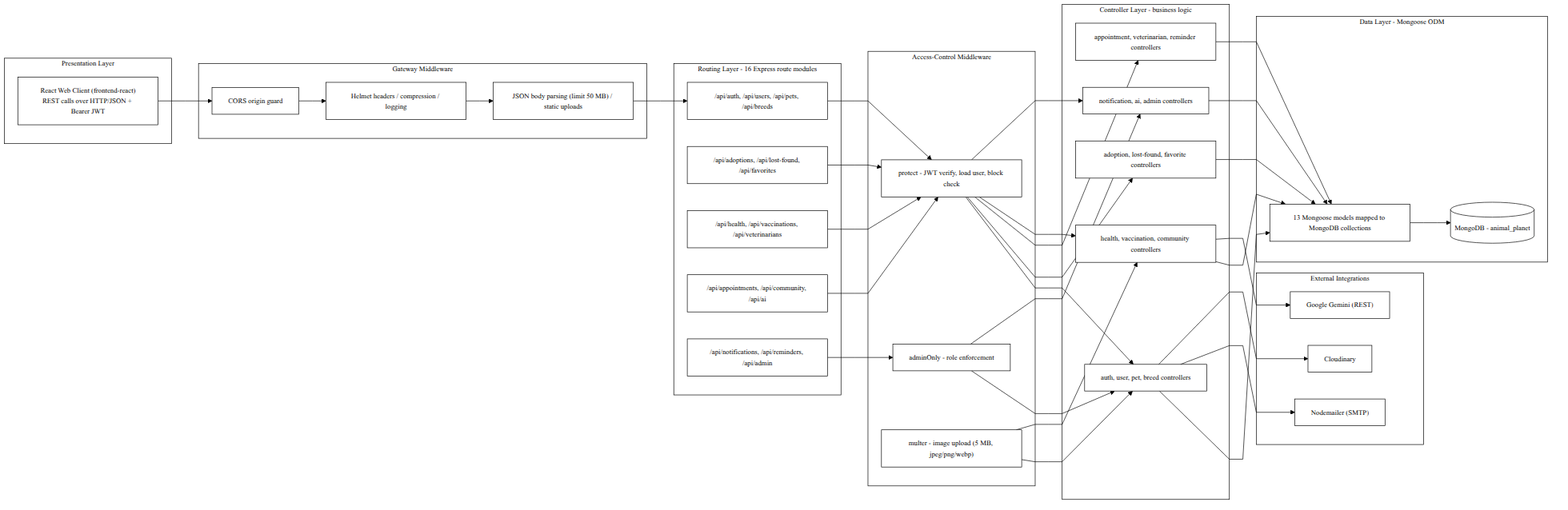
Above: docs/blackbook/figures/04-layered-arch.png in TheMahek/FamiPet (Mermaid), before the change. Its source is kept beside it as docs/blackbook/diagrams/source/04-layered-arch.mmd. Its diagram source:
```mermaid
flowchart LR
    subgraph PRES["Presentation Layer"]
        RC["React Web Client (frontend-react)<br/>REST calls over HTTP/JSON + Bearer JWT"]
    end

    subgraph GATE["Gateway Middleware"]
        CORS["CORS origin guard"]
        HLM["Helmet headers / compression / logging"]
        JSON["JSON body parsing (limit 50 MB) / static uploads"]
    end

    subgraph RT["Routing Layer - 16 Express route modules"]
        R1["/api/auth, /api/users, /api/pets, /api/breeds"]
        R2["/api/adoptions, /api/lost-found, /api/favorites"]
        R3["/api/health, /api/vaccinations, /api/veterinarians"]
        R4["/api/appointments, /api/community, /api/ai"]
        R5["/api/notifications, /api/reminders, /api/admin"]
    end

    subgraph ACC["Access-Control Middleware"]
        PROT["protect - JWT verify, load user, block check"]
        ADMN["adminOnly - role enforcement"]
        MUL["multer - image upload (5 MB, jpeg/png/webp)"]
    end

    subgraph CTRL["Controller Layer - business logic"]
        C1["auth, user, pet, breed controllers"]
        C2["adoption, lost-found, favorite controllers"]
        C3["appointment, veterinarian, reminder controllers"]
        C4["health, vaccination, community controllers"]
        C5["notification, ai, admin controllers"]
    end

    subgraph EXT["External Integrations"]
        SMT["Nodemailer (SMTP)"]
        GEM["Google Gemini (REST)"]
        CLD["Cloudinary"]
    end

    subgraph DATA["Data Layer - Mongoose ODM"]
        MOD["13 Mongoose models mapped to MongoDB collections"]
        DB[("MongoDB - animal_planet")]
    end

    RC --> CORS
    CORS --> HLM --> JSON --> R1
    R1 --> PROT
    R2 --> PROT
    R3 --> PROT
    R4 --> PROT
    R5 --> ADMN
    PROT --> C1
    PROT --> C2
    PROT --> C3
    PROT --> C4
    PROT --> C5
    ADMN --> C1
    ADMN --> C5
    MUL --> C1
    MUL --> C4
    C1 --> MOD
    C2 --> MOD
    C3 --> MOD
    C4 --> MOD
    C5 --> MOD
    C1 --> SMT
    C4 --> GEM
    C1 --> CLD
    MOD --> DB
```
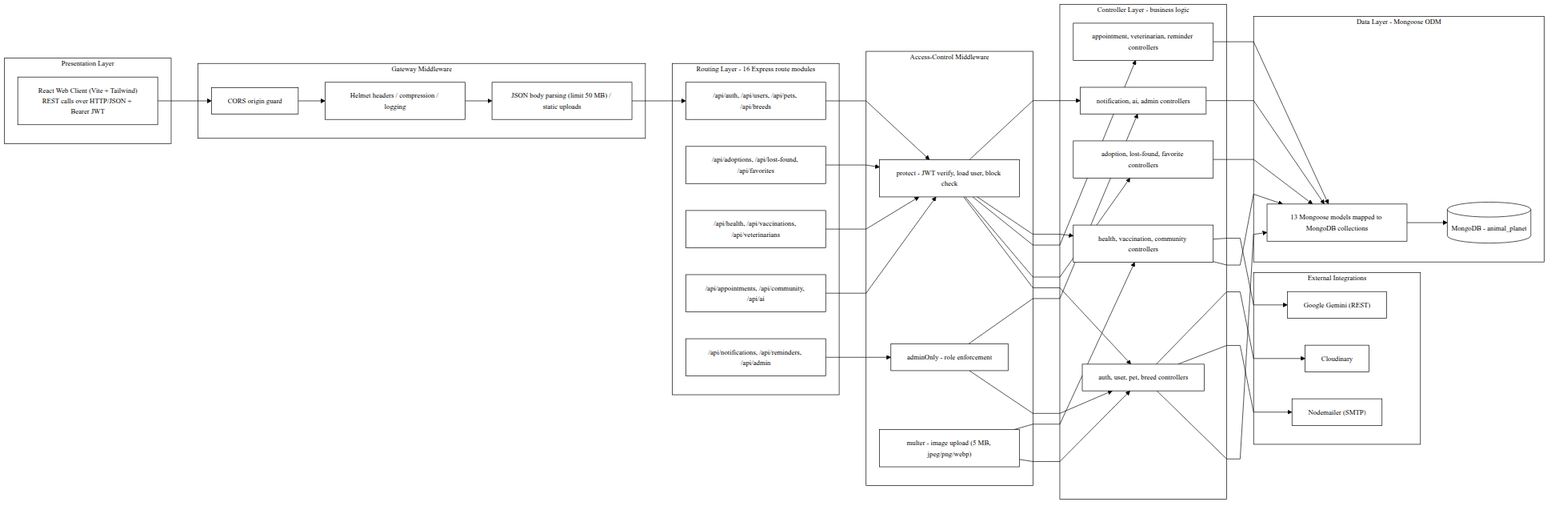
After the change.

What changed in the source:
```diff
@@ -1,6 +1,6 @@
 flowchart LR
     subgraph PRES["Presentation Layer"]
-        RC["React Web Client (frontend-react)<br/>REST calls over HTTP/JSON + Bearer JWT"]
+        RC["React Web Client (Vite + Tailwind)<br/>REST calls over HTTP/JSON + Bearer JWT"]
     end
 
     subgraph GATE["Gateway Middleware"]
```
